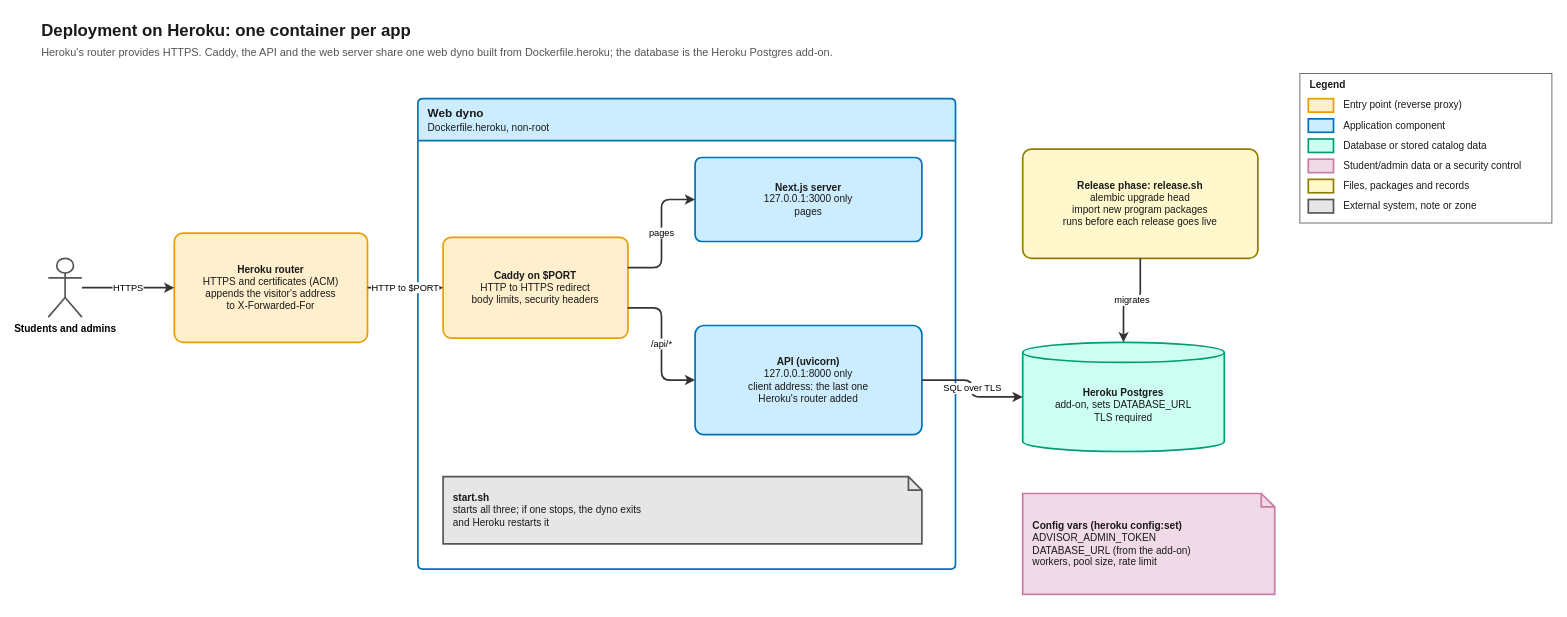
The draw.io diagram docs/diagrams/01b-heroku.drawio in zaniixx/AUIB-Academic-Advisor, before the edit. Source tidied: cells renumbered, new cells numbered last; positions are measured from the earlier drawing's top-left corner, leaving out a move shared by most shapes. Both pictures are drawn from the tidied source at 84%, with x=0, y=0 at pixel (39, 14).
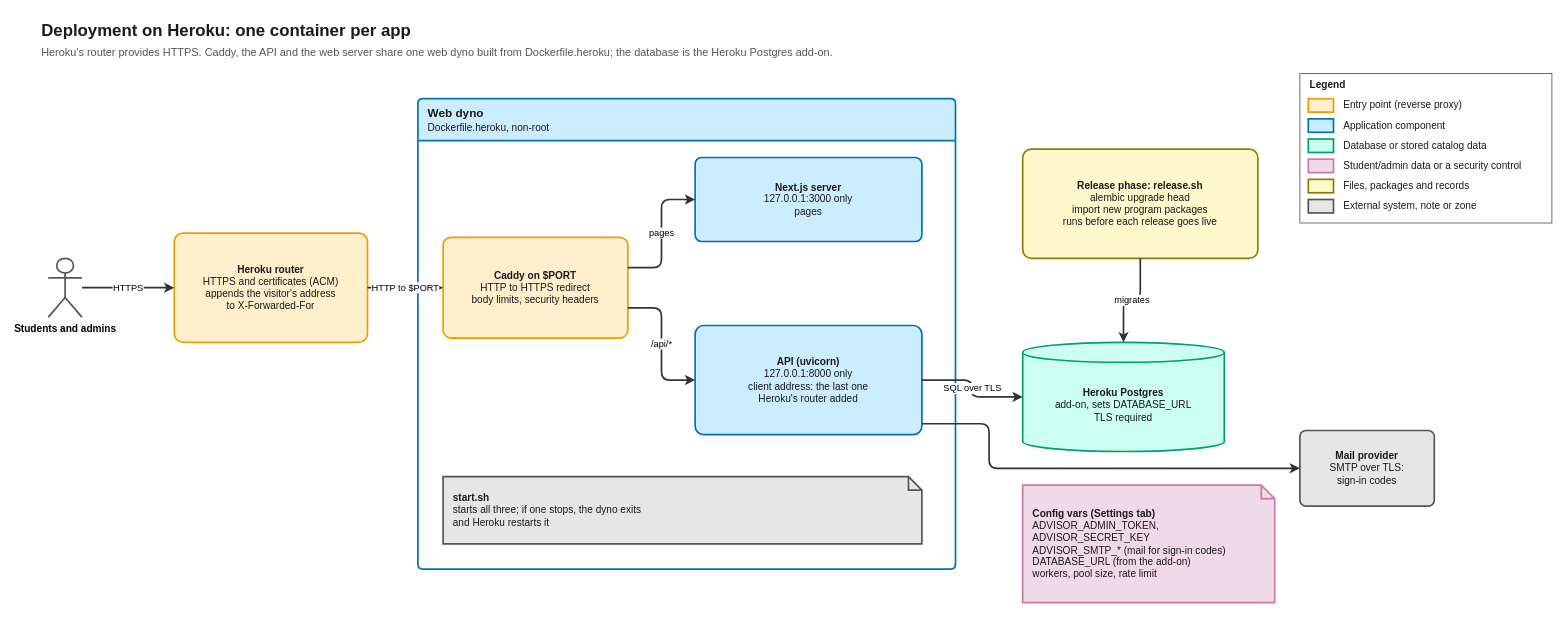
After the change.

The change refers to these unchanged cells:
```xml
<mxCell id="8" value="&lt;b&gt;API (uvicorn)&lt;/b&gt;&lt;br&gt;127.0.0.1:8000 only&lt;br&gt;client address: the last one&lt;br&gt;Heroku's router added" style="rounded=1;arcSize=8;whiteSpace=wrap;html=1;fillColor=#ccedff;strokeColor=#0072b2;fontColor=#1a1a1a;fontFamily=Helvetica;fontSize=12;strokeWidth=2;verticalAlign=middle;" parent="5" vertex="1">
  <mxGeometry x="330" y="270" width="270" height="130" as="geometry" />
</mxCell>
```

Diff of the diagram source:
```diff
@@
-    <mxCell id="12" value="&lt;b&gt;Config vars (heroku config:set)&lt;/b&gt;&lt;br&gt;ADVISOR_ADMIN_TOKEN&lt;br&gt;DATABASE_URL (from the add-on)&lt;br&gt;workers, pool size, rate limit" style="shape=note;size=16;whiteSpace=wrap;html=1;fillColor=#f1dae7;strokeColor=#cc79a7;fontColor=#1a1a1a;fontFamily=Helvetica;fontSize=12;strokeWidth=2;verticalAlign=middle;align=left;spacingLeft=10;spacingRight=10;" parent="1" vertex="1">
-      <mxGeometry x="1170" y="570" width="300" height="120" as="geometry" />
+    <mxCell id="12" value="&lt;b&gt;Config vars (Settings tab)&lt;/b&gt;&lt;br&gt;ADVISOR_ADMIN_TOKEN, ADVISOR_SECRET_KEY&lt;br&gt;ADVISOR_SMTP_* (mail for sign-in codes)&lt;br&gt;DATABASE_URL (from the add-on)&lt;br&gt;workers, pool size, rate limit" style="shape=note;size=16;whiteSpace=wrap;html=1;fillColor=#f1dae7;strokeColor=#cc79a7;fontColor=#1a1a1a;fontFamily=Helvetica;fontSize=12;strokeWidth=2;verticalAlign=middle;align=left;spacingLeft=10;spacingRight=10;" parent="1" vertex="1">
+      <mxGeometry x="1170" y="560" width="300" height="140" as="geometry" />
     </mxCell>
+    <mxCell id="32" value="&lt;b&gt;Mail provider&lt;/b&gt;&lt;br&gt;SMTP over TLS:&lt;br&gt;sign-in codes" style="rounded=1;arcSize=8;whiteSpace=wrap;html=1;fillColor=#e6e6e6;strokeColor=#555555;fontColor=#1a1a1a;fontFamily=Helvetica;fontSize=12;strokeWidth=2;verticalAlign=middle;" parent="1" vertex="1">
+      <mxGeometry x="1500" y="495" width="160" height="90" as="geometry" />
+    </mxCell>
@@
+    <mxCell id="33" style="edgeStyle=orthogonalEdgeStyle;rounded=1;jettySize=auto;html=1;endArrow=classic;endFill=1;strokeWidth=2;strokeColor=#333333;fontFamily=Helvetica;fontSize=11;labelBackgroundColor=#ffffff;exitX=1;exitY=0.9;exitDx=0;exitDy=0;entryX=0;entryY=0.5;entryDx=0;entryDy=0;" parent="1" edge="1" source="8" target="32">
+      <mxGeometry relative="1" as="geometry">
+        <Array as="points">
+          <mxPoint x="1130" y="487" />
+          <mxPoint x="1130" y="540" />
+        </Array>
+      </mxGeometry>
+    </mxCell>
```
